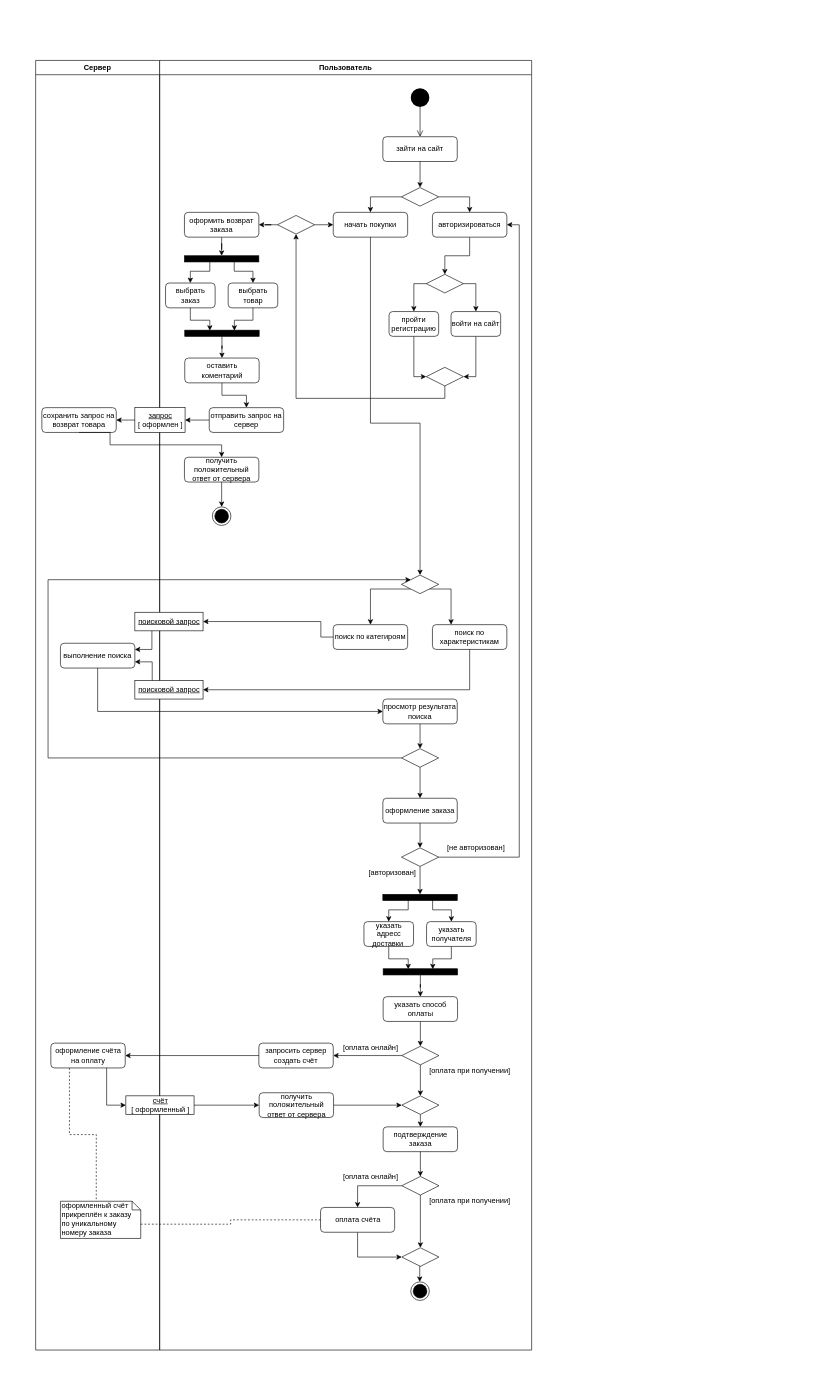
This is activity.drawio from randomunrandom/MSS, a draw.io file, before an edit. Source tidied: cells renumbered, new cells numbered last; positions are measured from the earlier drawing's top-left corner, leaving out a move shared by most shapes. Both pictures are drawn from the tidied source at 62%, with x=0, y=0 at pixel (35, 60).
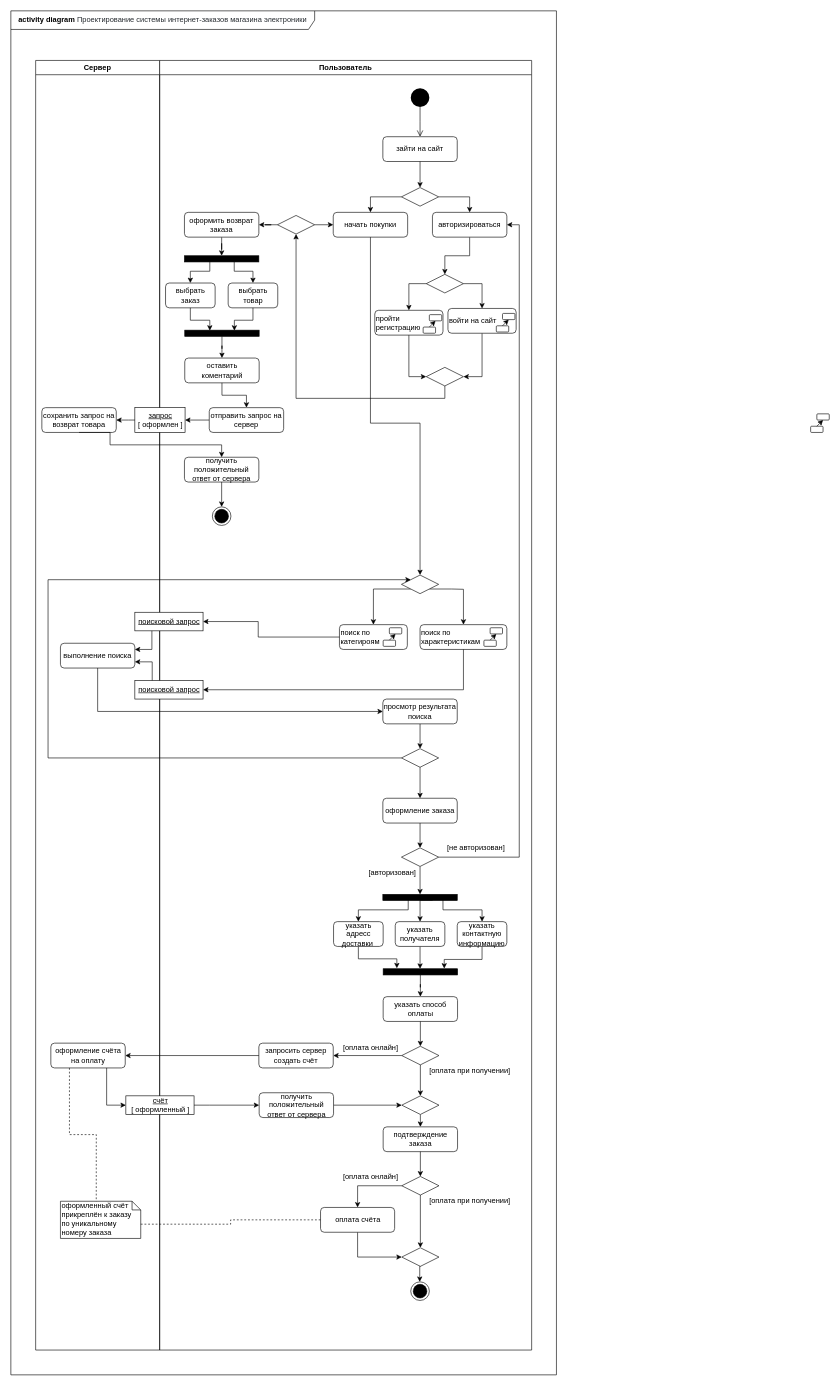
Above is the later version.

The change refers to these unchanged cells:
```xml
<mxCell id="8" value="Пользователь" style="swimlane;whiteSpace=wrap;" parent="1" vertex="1">
  <mxGeometry x="200" width="600" height="2080" as="geometry" />
</mxCell>
<mxCell id="25" style="rhombus;whiteSpace=wrap;html=1;strokeColor=#000000;strokeWidth=1;fillColor=#FFFFFF;" parent="8" vertex="1">
  <mxGeometry x="430" y="345" width="60" height="30" as="geometry" />
</mxCell>
<mxCell id="28" style="rhombus;whiteSpace=wrap;html=1;strokeColor=#000000;strokeWidth=1;fillColor=#FFFFFF;" parent="8" vertex="1">
  <mxGeometry x="390" y="830" width="60" height="30" as="geometry" />
</mxCell>
<mxCell id="42" style="html=1;points=[];perimeter=orthogonalPerimeter;strokeColor=#000000;strokeWidth=1;fillColor=#000000;rotation=90;" parent="8" vertex="1">
  <mxGeometry x="415" y="1290" width="10" height="120" as="geometry" />
</mxCell>
<mxCell id="51" style="html=1;points=[];perimeter=orthogonalPerimeter;strokeColor=#000000;strokeWidth=1;fillColor=#000000;rotation=90;" parent="8" vertex="1">
  <mxGeometry x="415.5" y="1410" width="10" height="120" as="geometry" />
</mxCell>
<mxCell id="100" value="&lt;u&gt;поисковой запрос&lt;/u&gt;" style="html=1;strokeColor=#000000;" parent="8" vertex="1">
  <mxGeometry x="-40" y="890" width="110" height="30" as="geometry" />
</mxCell>
<mxCell id="102" value="&lt;u&gt;поисковой запрос&lt;/u&gt;" style="html=1;strokeColor=#000000;" parent="8" vertex="1">
  <mxGeometry x="-40" y="1000" width="110" height="30" as="geometry" />
</mxCell>
```

Diff of the diagram source:
```diff
@@
+    <mxCell id="115" value="&lt;b&gt;activity diagram&lt;/b&gt;&amp;nbsp;&lt;span style=&quot;color: rgb(36 , 41 , 46) ; font-family: , &amp;#34;consolas&amp;#34; , &amp;#34;liberation mono&amp;#34; , &amp;#34;menlo&amp;#34; , monospace ; white-space: pre ; background-color: rgb(255 , 255 , 255)&quot;&gt;Проектирование системы интернет-заказов магазина электроники&lt;/span&gt;" style="shape=umlFrame;whiteSpace=wrap;html=1;strokeColor=#000000;width=490;height=30;" parent="1" vertex="1">
+      <mxGeometry x="-40" y="-80" width="880" height="2200" as="geometry" />
+    </mxCell>
@@
-    <mxCell id="19" value="пройти&lt;br&gt;регистрацию" style="rounded=1;whiteSpace=wrap;html=1;fontFamily=Helvetica;fontSize=12;fontColor=#000000;align=center;strokeColor=#000000;fillColor=#ffffff;" parent="8" vertex="1">
-      <mxGeometry x="370" y="405" width="80" height="40" as="geometry" />
-    </mxCell>
@@
-    <mxCell id="21" value="войти на сайт" style="rounded=1;whiteSpace=wrap;html=1;fontFamily=Helvetica;fontSize=12;fontColor=#000000;align=center;strokeColor=#000000;fillColor=#ffffff;" parent="8" vertex="1">
-      <mxGeometry x="470" y="405" width="80" height="40" as="geometry" />
+    <mxCell id="21" value="войти на сайт" style="rounded=1;whiteSpace=wrap;html=1;fontFamily=Helvetica;fontSize=12;fontColor=#000000;align=left;strokeColor=#000000;fillColor=#ffffff;" parent="8" vertex="1">
+      <mxGeometry x="465" y="400" width="110" height="40" as="geometry" />
     </mxCell>
@@
     <mxCell id="24" style="edgeStyle=orthogonalEdgeStyle;rounded=0;jettySize=auto;html=1;exitX=0;exitY=0.5;exitDx=0;exitDy=0;entryX=0.5;entryY=0;entryDx=0;entryDy=0;strokeColor=#000000;" parent="8" edge="1" source="25" target="19">
       <mxGeometry relative="1" as="geometry">
         <Array as="points">
-          <mxPoint x="410" y="360" />
+          <mxPoint x="402" y="360" />
         </Array>
       </mxGeometry>
     </mxCell>
@@
-    <mxCell id="26" style="edgeStyle=orthogonalEdgeStyle;rounded=0;jettySize=auto;html=1;exitX=1;exitY=1;exitDx=0;exitDy=0;entryX=0.25;entryY=0;entryDx=0;entryDy=0;strokeColor=#000000;" parent="8" edge="1" source="28" target="32">
+    <mxCell id="26" style="edgeStyle=orthogonalEdgeStyle;rounded=0;jettySize=auto;html=1;exitX=1;exitY=1;exitDx=0;exitDy=0;entryX=0.5;entryY=0;entryDx=0;entryDy=0;strokeColor=#000000;" parent="8" edge="1" source="28" target="32">
       <mxGeometry relative="1" as="geometry">
         <Array as="points">
-          <mxPoint x="470.5" y="853" />
+          <mxPoint x="471" y="853" />
+          <mxPoint x="490" y="853" />
         </Array>
       </mxGeometry>
     </mxCell>
     <mxCell id="27" style="edgeStyle=orthogonalEdgeStyle;rounded=0;jettySize=auto;html=1;exitX=0;exitY=1;exitDx=0;exitDy=0;entryX=0.5;entryY=0;entryDx=0;entryDy=0;strokeColor=#000000;" parent="8" edge="1" source="28" target="31">
       <mxGeometry relative="1" as="geometry">
         <Array as="points">
-          <mxPoint x="340" y="853" />
+          <mxPoint x="345" y="852" />
+          <mxPoint x="345" y="910" />
         </Array>
       </mxGeometry>
     </mxCell>
@@
-    <mxCell id="31" value="поиск по категироям" style="rounded=1;whiteSpace=wrap;html=1;fontFamily=Helvetica;fontSize=12;fontColor=#000000;align=center;strokeColor=#000000;fillColor=#ffffff;" parent="8" vertex="1">
-      <mxGeometry x="280" y="910" width="120" height="40" as="geometry" />
+    <mxCell id="31" value="поиск по&lt;br&gt;категироям" style="rounded=1;whiteSpace=wrap;html=1;fontFamily=Helvetica;fontSize=12;fontColor=#000000;align=left;strokeColor=#000000;fillColor=#ffffff;" parent="8" vertex="1">
+      <mxGeometry x="290" y="910" width="109.5" height="40" as="geometry" />
     </mxCell>
-    <mxCell id="32" value="поиск по&lt;br&gt;характеристикам" style="rounded=1;whiteSpace=wrap;html=1;fontFamily=Helvetica;fontSize=12;fontColor=#000000;align=center;strokeColor=#000000;fillColor=#ffffff;" parent="8" vertex="1">
-      <mxGeometry x="440" y="910" width="120" height="40" as="geometry" />
+    <mxCell id="32" value="поиск по&lt;br&gt;характеристикам" style="rounded=1;whiteSpace=wrap;html=1;fontFamily=Helvetica;fontSize=12;fontColor=#000000;align=left;strokeColor=#000000;fillColor=#ffffff;" parent="8" vertex="1">
+      <mxGeometry x="420" y="910" width="140" height="40" as="geometry" />
     </mxCell>
@@
-    <mxCell id="45" style="edgeStyle=orthogonalEdgeStyle;rounded=0;jettySize=auto;html=1;exitX=0.5;exitY=1;exitDx=0;exitDy=0;entryX=0.08;entryY=0.663;entryDx=0;entryDy=0;entryPerimeter=0;strokeColor=#000000;" parent="8" edge="1" source="46" target="51">
-      <mxGeometry relative="1" as="geometry" />
+    <mxCell id="45" style="edgeStyle=orthogonalEdgeStyle;rounded=0;jettySize=auto;html=1;exitX=0.5;exitY=1;exitDx=0;exitDy=0;entryX=-0.08;entryY=0.816;entryDx=0;entryDy=0;entryPerimeter=0;strokeColor=#000000;" parent="8" edge="1" source="46" target="51">
+      <mxGeometry relative="1" as="geometry">
+        <Array as="points">
+          <mxPoint x="321" y="1449" />
+          <mxPoint x="383" y="1449" />
+          <mxPoint x="383" y="1464" />
+        </Array>
+      </mxGeometry>
     </mxCell>
     <mxCell id="46" value="указать адресс доставки&amp;nbsp;" style="rounded=1;whiteSpace=wrap;html=1;fontFamily=Helvetica;fontSize=12;fontColor=#000000;align=center;strokeColor=#000000;fillColor=#ffffff;" parent="8" vertex="1">
-      <mxGeometry x="329.5" y="1389" width="80" height="40" as="geometry" />
+      <mxGeometry x="280.5" y="1389" width="80" height="40" as="geometry" />
     </mxCell>
-    <mxCell id="47" style="edgeStyle=orthogonalEdgeStyle;rounded=0;jettySize=auto;html=1;exitX=0.5;exitY=1;exitDx=0;exitDy=0;strokeColor=#000000;entryX=0.08;entryY=0.333;entryDx=0;entryDy=0;entryPerimeter=0;" parent="8" edge="1" source="48" target="51">
+    <mxCell id="47" style="edgeStyle=orthogonalEdgeStyle;rounded=0;jettySize=auto;html=1;exitX=0.5;exitY=1;exitDx=0;exitDy=0;strokeColor=#000000;entryX=0;entryY=0.504;entryDx=0;entryDy=0;entryPerimeter=0;" parent="8" edge="1" source="48" target="51">
       <mxGeometry relative="1" as="geometry" />
     </mxCell>
     <mxCell id="48" value="указать получателя" style="rounded=1;whiteSpace=wrap;html=1;fontFamily=Helvetica;fontSize=12;fontColor=#000000;align=center;strokeColor=#000000;fillColor=#ffffff;" parent="8" vertex="1">
-      <mxGeometry x="430.5" y="1389" width="80" height="40" as="geometry" />
+      <mxGeometry x="380" y="1389" width="80" height="40" as="geometry" />
     </mxCell>
     <mxCell id="49" style="edgeStyle=orthogonalEdgeStyle;rounded=0;jettySize=auto;html=1;exitX=0.838;exitY=0.659;exitDx=0;exitDy=0;strokeColor=#000000;entryX=0.5;entryY=0;entryDx=0;entryDy=0;exitPerimeter=0;" parent="8" edge="1" source="42" target="46">
       <mxGeometry relative="1" as="geometry">
         <Array as="points">
-          <mxPoint x="401.5" y="1370" />
-          <mxPoint x="369.5" y="1370" />
+          <mxPoint x="401" y="1370" />
+          <mxPoint x="321" y="1370" />
         </Array>
       </mxGeometry>
     </mxCell>
     <mxCell id="50" style="edgeStyle=orthogonalEdgeStyle;rounded=0;jettySize=auto;html=1;exitX=0.941;exitY=0.331;exitDx=0;exitDy=0;strokeColor=#000000;entryX=0.5;entryY=0;entryDx=0;entryDy=0;exitPerimeter=0;" parent="8" edge="1" source="42" target="48">
       <mxGeometry relative="1" as="geometry">
         <Array as="points">
-          <mxPoint x="440.5" y="1370" />
-          <mxPoint x="470.5" y="1370" />
+          <mxPoint x="420" y="1354" />
         </Array>
       </mxGeometry>
     </mxCell>
@@
     <mxCell id="101" style="edgeStyle=orthogonalEdgeStyle;rounded=0;jettySize=auto;html=1;exitX=0;exitY=0.5;exitDx=0;exitDy=0;strokeColor=#000000;entryX=1;entryY=0.5;entryDx=0;entryDy=0;" parent="8" edge="1" source="31" target="100">
       <mxGeometry relative="1" as="geometry">
         <Array as="points">
-          <mxPoint x="260" y="930" />
-          <mxPoint x="260" y="905" />
+          <mxPoint x="159" y="930" />
+          <mxPoint x="159" y="905" />
         </Array>
       </mxGeometry>
     </mxCell>
@@
     <mxCell id="103" style="edgeStyle=orthogonalEdgeStyle;rounded=0;jettySize=auto;html=1;exitX=0.5;exitY=1;exitDx=0;exitDy=0;strokeColor=#000000;entryX=1;entryY=0.5;entryDx=0;entryDy=0;" parent="8" edge="1" source="32" target="102">
       <mxGeometry relative="1" as="geometry">
         <Array as="points">
-          <mxPoint x="500" y="1015" />
+          <mxPoint x="490" y="1015" />
         </Array>
       </mxGeometry>
     </mxCell>
@@
+    <mxCell id="116" style="rounded=1;whiteSpace=wrap;html=1;fontFamily=Helvetica;fontSize=12;fontColor=#000000;align=center;strokeColor=#000000;fillColor=#ffffff;" parent="8" vertex="1">
+      <mxGeometry x="543" y="428" width="20" height="10" as="geometry" />
+    </mxCell>
+    <mxCell id="117" style="rounded=1;whiteSpace=wrap;html=1;fontFamily=Helvetica;fontSize=12;fontColor=#000000;align=center;strokeColor=#000000;fillColor=#ffffff;" parent="8" vertex="1">
+      <mxGeometry x="553" y="408" width="20" height="10" as="geometry" />
+    </mxCell>
+    <mxCell id="118" style="jettySize=auto;html=1;exitX=0.5;exitY=0;exitDx=0;exitDy=0;entryX=0.5;entryY=1;entryDx=0;entryDy=0;strokeColor=#000000;rounded=0;" parent="8" edge="1" source="116" target="117">
+      <mxGeometry relative="1" as="geometry" />
+    </mxCell>
+    <mxCell id="19" value="пройти&lt;br&gt;регистрацию" style="rounded=1;whiteSpace=wrap;html=1;fontFamily=Helvetica;fontSize=12;fontColor=#000000;align=left;strokeColor=#000000;fillColor=#ffffff;" parent="8" vertex="1">
+      <mxGeometry x="347" y="403" width="110" height="40" as="geometry" />
+    </mxCell>
+    <mxCell id="119" style="rounded=1;whiteSpace=wrap;html=1;fontFamily=Helvetica;fontSize=12;fontColor=#000000;align=center;strokeColor=#000000;fillColor=#ffffff;" parent="8" vertex="1">
+      <mxGeometry x="425" y="430" width="20" height="10" as="geometry" />
+    </mxCell>
+    <mxCell id="120" style="rounded=1;whiteSpace=wrap;html=1;fontFamily=Helvetica;fontSize=12;fontColor=#000000;align=center;strokeColor=#000000;fillColor=#ffffff;" parent="8" vertex="1">
+      <mxGeometry x="435" y="410" width="20" height="10" as="geometry" />
+    </mxCell>
+    <mxCell id="121" style="jettySize=auto;html=1;exitX=0.5;exitY=0;exitDx=0;exitDy=0;entryX=0.5;entryY=1;entryDx=0;entryDy=0;strokeColor=#000000;rounded=0;" parent="8" edge="1" source="119" target="120">
+      <mxGeometry relative="1" as="geometry" />
+    </mxCell>
+    <mxCell id="122" style="rounded=1;whiteSpace=wrap;html=1;fontFamily=Helvetica;fontSize=12;fontColor=#000000;align=center;strokeColor=#000000;fillColor=#ffffff;" parent="8" vertex="1">
+      <mxGeometry x="360.5" y="935" width="20" height="10" as="geometry" />
+    </mxCell>
+    <mxCell id="123" style="rounded=1;whiteSpace=wrap;html=1;fontFamily=Helvetica;fontSize=12;fontColor=#000000;align=center;strokeColor=#000000;fillColor=#ffffff;" parent="8" vertex="1">
+      <mxGeometry x="370.5" y="915" width="20" height="10" as="geometry" />
+    </mxCell>
+    <mxCell id="124" style="jettySize=auto;html=1;exitX=0.5;exitY=0;exitDx=0;exitDy=0;entryX=0.5;entryY=1;entryDx=0;entryDy=0;strokeColor=#000000;rounded=0;" parent="8" edge="1" source="122" target="123">
+      <mxGeometry relative="1" as="geometry" />
+    </mxCell>
+    <mxCell id="125" style="rounded=1;whiteSpace=wrap;html=1;fontFamily=Helvetica;fontSize=12;fontColor=#000000;align=center;strokeColor=#000000;fillColor=#ffffff;" parent="8" vertex="1">
+      <mxGeometry x="523" y="935" width="20" height="10" as="geometry" />
+    </mxCell>
+    <mxCell id="126" style="rounded=1;whiteSpace=wrap;html=1;fontFamily=Helvetica;fontSize=12;fontColor=#000000;align=center;strokeColor=#000000;fillColor=#ffffff;" parent="8" vertex="1">
+      <mxGeometry x="533" y="915" width="20" height="10" as="geometry" />
+    </mxCell>
+    <mxCell id="127" style="jettySize=auto;html=1;exitX=0.5;exitY=0;exitDx=0;exitDy=0;entryX=0.5;entryY=1;entryDx=0;entryDy=0;strokeColor=#000000;rounded=0;" parent="8" edge="1" source="125" target="126">
+      <mxGeometry relative="1" as="geometry" />
+    </mxCell>
@@
+    <mxCell id="128" style="rounded=1;whiteSpace=wrap;html=1;fontFamily=Helvetica;fontSize=12;fontColor=#000000;align=center;strokeColor=#000000;fillColor=#ffffff;" parent="1" vertex="1">
+      <mxGeometry x="1250" y="590" width="20" height="10" as="geometry" />
+    </mxCell>
+    <mxCell id="129" style="rounded=1;whiteSpace=wrap;html=1;fontFamily=Helvetica;fontSize=12;fontColor=#000000;align=center;strokeColor=#000000;fillColor=#ffffff;" parent="1" vertex="1">
+      <mxGeometry x="1260" y="570" width="20" height="10" as="geometry" />
+    </mxCell>
+    <mxCell id="130" style="jettySize=auto;html=1;exitX=0.5;exitY=0;exitDx=0;exitDy=0;entryX=0.5;entryY=1;entryDx=0;entryDy=0;strokeColor=#000000;rounded=0;" parent="1" edge="1" source="128" target="129">
+      <mxGeometry relative="1" as="geometry" />
+    </mxCell>
+    <mxCell id="131" style="edgeStyle=orthogonalEdgeStyle;rounded=0;jettySize=auto;html=1;exitX=0.5;exitY=1;exitDx=0;exitDy=0;strokeColor=#000000;entryX=-0.034;entryY=0.179;entryDx=0;entryDy=0;entryPerimeter=0;" parent="1" edge="1" source="132" target="51">
+      <mxGeometry relative="1" as="geometry">
+        <Array as="points">
+          <mxPoint x="720" y="1450" />
+          <mxPoint x="659" y="1450" />
+        </Array>
+      </mxGeometry>
+    </mxCell>
+    <mxCell id="132" value="указать контактную информацию" style="rounded=1;whiteSpace=wrap;html=1;fontFamily=Helvetica;fontSize=12;fontColor=#000000;align=center;strokeColor=#000000;fillColor=#ffffff;" parent="1" vertex="1">
+      <mxGeometry x="680" y="1389" width="80" height="40" as="geometry" />
+    </mxCell>
+    <mxCell id="133" style="edgeStyle=orthogonalEdgeStyle;rounded=0;jettySize=auto;html=1;exitX=0.8;exitY=0.192;exitDx=0;exitDy=0;strokeColor=#000000;entryX=0.5;entryY=0;entryDx=0;entryDy=0;exitPerimeter=0;" parent="1" edge="1" source="42" target="132">
+      <mxGeometry relative="1" as="geometry">
+        <Array as="points">
+          <mxPoint x="657" y="1370" />
+          <mxPoint x="720" y="1370" />
+        </Array>
+      </mxGeometry>
+    </mxCell>
```
